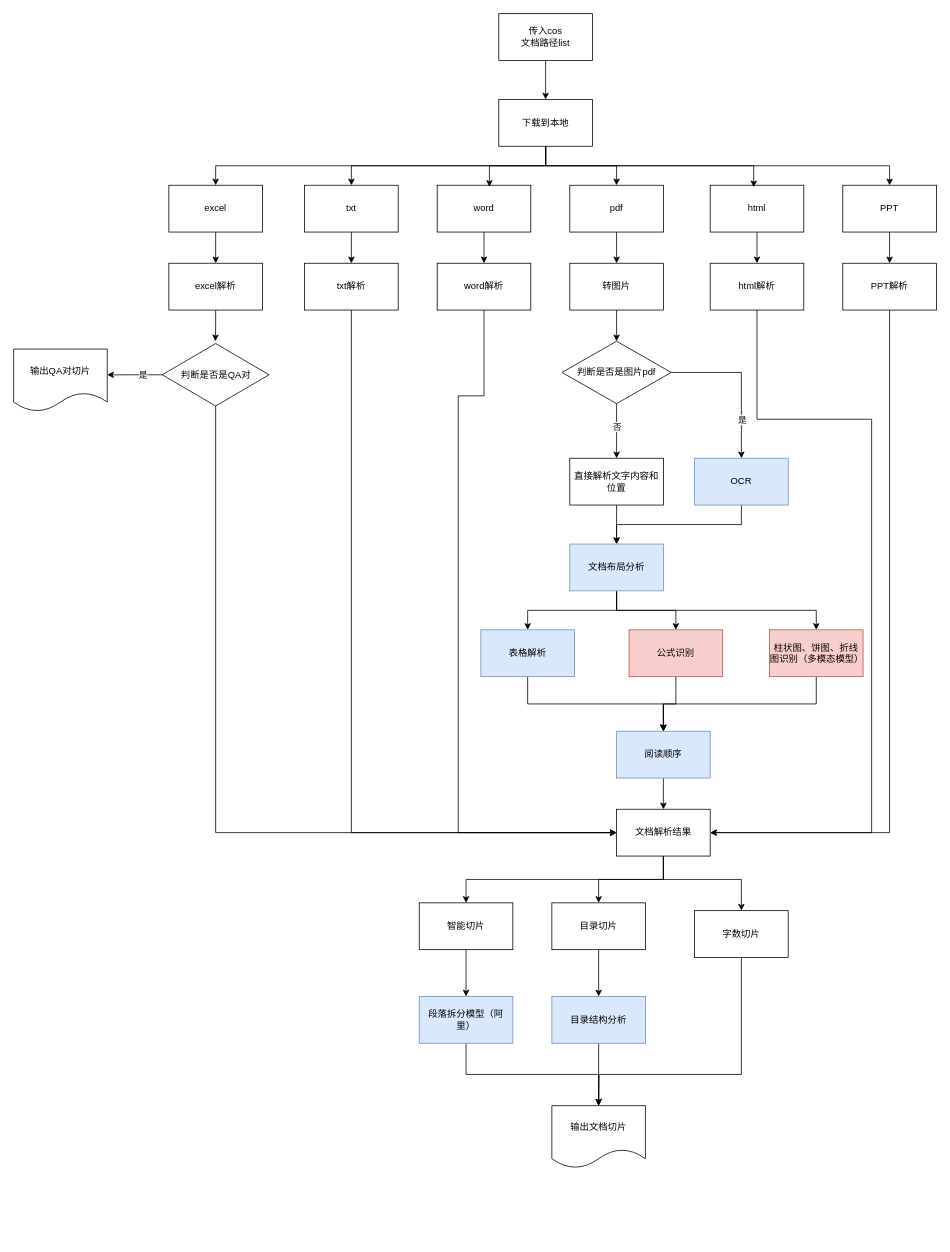
The draw.io diagram Untitled Diagram.drawio in archwolf118/AI, before the edit. Source tidied: cells renumbered, new cells numbered last; positions are measured from the earlier drawing's top-left corner, leaving out a move shared by most shapes. Both pictures are drawn from the tidied source at 78%, with x=0, y=0 at pixel (13, 13).
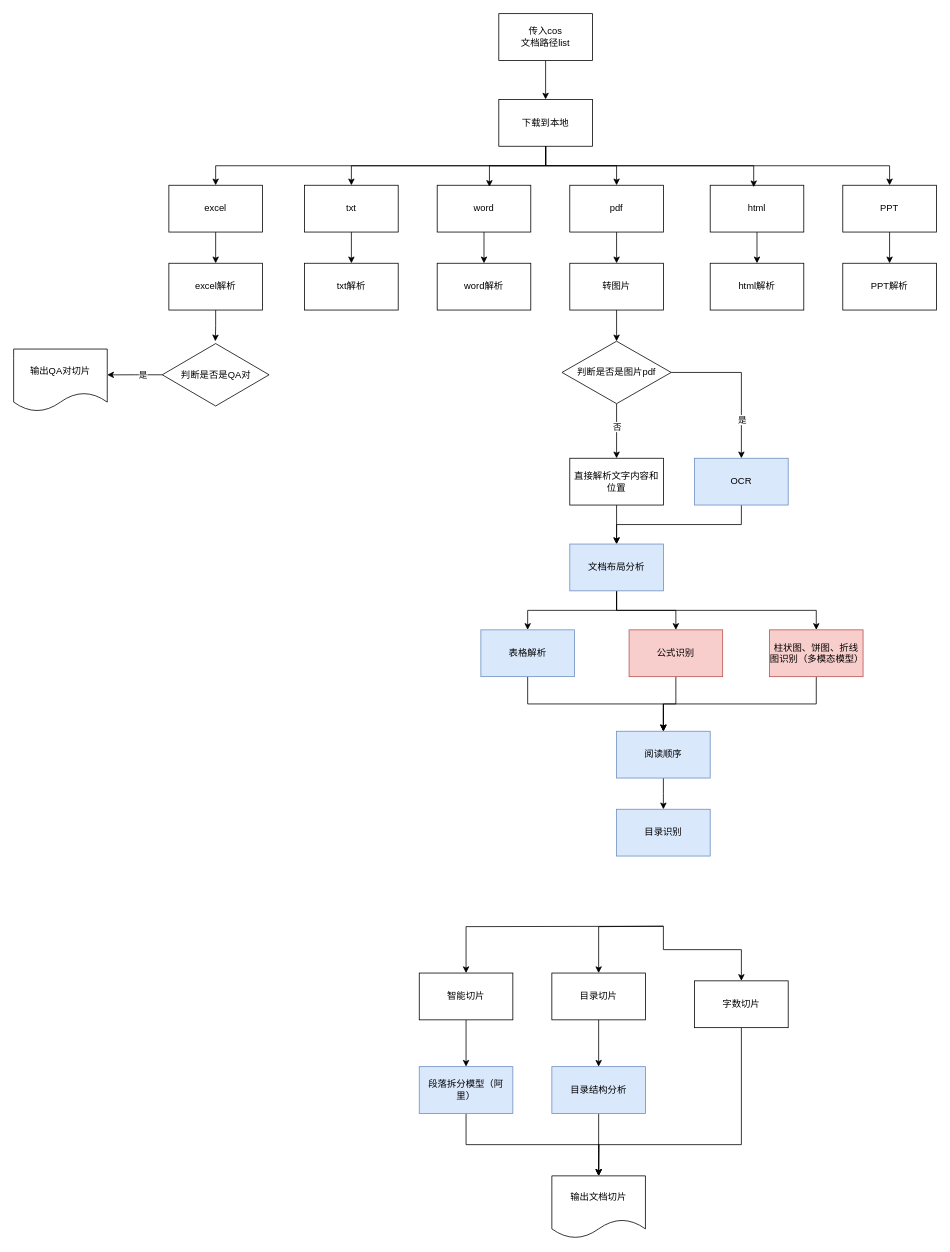
Above is the later version.

Unchanged cells that the change refers to:
```xml
<mxCell id="47" value="判断是否是QA对" style="rhombus;whiteSpace=wrap;html=1;" parent="1" vertex="1">
  <mxGeometry x="190.5" y="423" width="137" height="80" as="geometry" />
</mxCell>
<mxCell id="49" value="html解析" style="rounded=0;whiteSpace=wrap;html=1;" parent="1" vertex="1">
  <mxGeometry x="893" y="320" width="120" height="60" as="geometry" />
</mxCell>
<mxCell id="51" value="PPT解析" style="rounded=0;whiteSpace=wrap;html=1;" parent="1" vertex="1">
  <mxGeometry x="1063" y="320" width="120" height="60" as="geometry" />
</mxCell>
<mxCell id="56" value="word解析" style="rounded=0;whiteSpace=wrap;html=1;" parent="1" vertex="1">
  <mxGeometry x="543" y="320" width="120" height="60" as="geometry" />
</mxCell>
<mxCell id="58" value="txt解析" style="rounded=0;whiteSpace=wrap;html=1;" parent="1" vertex="1">
  <mxGeometry x="373" y="320" width="120" height="60" as="geometry" />
</mxCell>
<mxCell id="60" value="阅读顺序" style="rounded=0;whiteSpace=wrap;html=1;fillColor=#dae8fc;strokeColor=#6c8ebf;" parent="1" vertex="1">
  <mxGeometry x="773" y="920" width="120" height="60" as="geometry" />
</mxCell>
```

Change to the diagram source:
```diff
@@
-    <mxCell id="46" style="edgeStyle=orthogonalEdgeStyle;rounded=0;jettySize=auto;html=1;exitX=0.5;exitY=1;exitDx=0;exitDy=0;entryX=0;entryY=0.5;entryDx=0;entryDy=0;" parent="1" edge="1" source="47" target="64">
-      <mxGeometry relative="1" as="geometry" />
-    </mxCell>
@@
-    <mxCell id="48" style="edgeStyle=orthogonalEdgeStyle;rounded=0;jettySize=auto;html=1;exitX=0.5;exitY=1;exitDx=0;exitDy=0;entryX=1;entryY=0.5;entryDx=0;entryDy=0;" parent="1" edge="1" source="49" target="64">
-      <mxGeometry relative="1" as="geometry">
-        <Array as="points">
-          <mxPoint x="953" y="520" />
-          <mxPoint x="1100" y="520" />
-          <mxPoint x="1100" y="1050" />
-        </Array>
-      </mxGeometry>
-    </mxCell>
@@
-    <mxCell id="50" style="edgeStyle=orthogonalEdgeStyle;rounded=0;jettySize=auto;html=1;exitX=0.5;exitY=1;exitDx=0;exitDy=0;entryX=1;entryY=0.5;entryDx=0;entryDy=0;" parent="1" edge="1" source="51" target="64">
-      <mxGeometry relative="1" as="geometry" />
-    </mxCell>
@@
-    <mxCell id="55" style="edgeStyle=orthogonalEdgeStyle;rounded=0;jettySize=auto;html=1;exitX=0.5;exitY=1;exitDx=0;exitDy=0;entryX=0;entryY=0.5;entryDx=0;entryDy=0;" parent="1" edge="1" source="56" target="64">
-      <mxGeometry relative="1" as="geometry">
-        <Array as="points">
-          <mxPoint x="603" y="490" />
-          <mxPoint x="570" y="490" />
-          <mxPoint x="570" y="1050" />
-        </Array>
-      </mxGeometry>
-    </mxCell>
@@
-    <mxCell id="57" style="edgeStyle=orthogonalEdgeStyle;rounded=0;jettySize=auto;html=1;exitX=0.5;exitY=1;exitDx=0;exitDy=0;entryX=0;entryY=0.5;entryDx=0;entryDy=0;" parent="1" edge="1" source="58" target="64">
-      <mxGeometry relative="1" as="geometry" />
-    </mxCell>
@@
-    <mxCell id="59" style="edgeStyle=orthogonalEdgeStyle;rounded=0;jettySize=auto;html=1;exitX=0.5;exitY=1;exitDx=0;exitDy=0;" parent="1" edge="1" source="60" target="64">
-      <mxGeometry relative="1" as="geometry" />
+    <mxCell id="59" style="edgeStyle=orthogonalEdgeStyle;rounded=0;jettySize=auto;html=1;exitX=0.5;exitY=1;exitDx=0;exitDy=0;" parent="1" edge="1" source="60">
+      <mxGeometry relative="1" as="geometry">
+        <mxPoint x="833" y="1020" as="targetPoint" />
+      </mxGeometry>
     </mxCell>
@@
-    <mxCell id="61" style="edgeStyle=orthogonalEdgeStyle;rounded=0;jettySize=auto;html=1;exitX=0.5;exitY=1;exitDx=0;exitDy=0;entryX=0.5;entryY=0;entryDx=0;entryDy=0;" parent="1" edge="1" source="64" target="66">
-      <mxGeometry relative="1" as="geometry" />
+    <mxCell id="61" style="edgeStyle=orthogonalEdgeStyle;rounded=0;jettySize=auto;html=1;exitX=0.5;exitY=1;exitDx=0;exitDy=0;entryX=0.5;entryY=0;entryDx=0;entryDy=0;" parent="1" edge="1" target="66">
+      <mxGeometry relative="1" as="geometry">
+        <mxPoint x="833" y="1170" as="sourcePoint" />
+      </mxGeometry>
     </mxCell>
-    <mxCell id="62" style="edgeStyle=orthogonalEdgeStyle;rounded=0;jettySize=auto;html=1;exitX=0.5;exitY=1;exitDx=0;exitDy=0;entryX=0.5;entryY=0;entryDx=0;entryDy=0;" parent="1" edge="1" source="64" target="68">
+    <mxCell id="62" style="edgeStyle=orthogonalEdgeStyle;rounded=0;jettySize=auto;html=1;exitX=0.5;exitY=1;exitDx=0;exitDy=0;entryX=0.5;entryY=0;entryDx=0;entryDy=0;" parent="1" edge="1" target="68">
       <mxGeometry relative="1" as="geometry">
+        <mxPoint x="833" y="1170" as="sourcePoint" />
         <Array as="points">
-          <mxPoint x="833" y="1110" />
-          <mxPoint x="933" y="1110" />
+          <mxPoint x="833" y="1200" />
+          <mxPoint x="933" y="1200" />
         </Array>
       </mxGeometry>
     </mxCell>
-    <mxCell id="63" style="edgeStyle=orthogonalEdgeStyle;rounded=0;jettySize=auto;html=1;exitX=0.5;exitY=1;exitDx=0;exitDy=0;" parent="1" edge="1" source="64" target="70">
-      <mxGeometry relative="1" as="geometry" />
+    <mxCell id="63" style="edgeStyle=orthogonalEdgeStyle;rounded=0;jettySize=auto;html=1;exitX=0.5;exitY=1;exitDx=0;exitDy=0;" parent="1" edge="1" target="70">
+      <mxGeometry relative="1" as="geometry">
+        <mxPoint x="833" y="1170" as="sourcePoint" />
+      </mxGeometry>
     </mxCell>
-    <mxCell id="64" value="文档&lt;span style=&quot;background-color: initial;&quot;&gt;解析结果&lt;/span&gt;" style="rounded=0;whiteSpace=wrap;html=1;" parent="1" vertex="1">
-      <mxGeometry x="773" y="1020" width="120" height="60" as="geometry" />
-    </mxCell>
@@
     <mxCell id="66" value="目录切片" style="rounded=0;whiteSpace=wrap;html=1;" parent="1" vertex="1">
-      <mxGeometry x="690" y="1140" width="120" height="60" as="geometry" />
+      <mxGeometry x="690" y="1230" width="120" height="60" as="geometry" />
     </mxCell>
     <mxCell id="67" style="edgeStyle=orthogonalEdgeStyle;rounded=0;jettySize=auto;html=1;exitX=0.5;exitY=1;exitDx=0;exitDy=0;entryX=0.5;entryY=0;entryDx=0;entryDy=0;" parent="1" edge="1" source="68" target="73">
       <mxGeometry relative="1" as="geometry">
         <Array as="points">
-          <mxPoint x="933" y="1360" />
-          <mxPoint x="750" y="1360" />
+          <mxPoint x="933" y="1450" />
+          <mxPoint x="750" y="1450" />
         </Array>
       </mxGeometry>
     </mxCell>
     <mxCell id="68" value="字数切片" style="rounded=0;whiteSpace=wrap;html=1;" parent="1" vertex="1">
-      <mxGeometry x="873" y="1150" width="120" height="60" as="geometry" />
+      <mxGeometry x="873" y="1240" width="120" height="60" as="geometry" />
     </mxCell>
@@
     <mxCell id="70" value="智能切片" style="rounded=0;whiteSpace=wrap;html=1;" parent="1" vertex="1">
-      <mxGeometry x="520" y="1140" width="120" height="60" as="geometry" />
+      <mxGeometry x="520" y="1230" width="120" height="60" as="geometry" />
     </mxCell>
@@
     <mxCell id="72" value="目录结构分析" style="rounded=0;whiteSpace=wrap;html=1;fillColor=#dae8fc;strokeColor=#6c8ebf;" parent="1" vertex="1">
-      <mxGeometry x="690" y="1260" width="120" height="60" as="geometry" />
+      <mxGeometry x="690" y="1350" width="120" height="60" as="geometry" />
     </mxCell>
     <mxCell id="73" value="输出文档切片" style="shape=document;whiteSpace=wrap;html=1;boundedLbl=1;" parent="1" vertex="1">
-      <mxGeometry x="690" y="1400" width="120" height="80" as="geometry" />
+      <mxGeometry x="690" y="1490" width="120" height="80" as="geometry" />
     </mxCell>
     <mxCell id="74" style="edgeStyle=orthogonalEdgeStyle;rounded=0;jettySize=auto;html=1;exitX=0.5;exitY=1;exitDx=0;exitDy=0;" parent="1" edge="1" source="75">
       <mxGeometry relative="1" as="geometry">
-        <mxPoint x="750" y="1400" as="targetPoint" />
+        <mxPoint x="750" y="1490" as="targetPoint" />
       </mxGeometry>
     </mxCell>
     <mxCell id="75" value="段落拆分模型（阿里&lt;span style=&quot;background-color: initial;&quot;&gt;）&lt;/span&gt;" style="rounded=0;whiteSpace=wrap;html=1;fillColor=#dae8fc;strokeColor=#6c8ebf;" parent="1" vertex="1">
-      <mxGeometry x="520" y="1260" width="120" height="60" as="geometry" />
+      <mxGeometry x="520" y="1350" width="120" height="60" as="geometry" />
     </mxCell>
+    <mxCell id="76" value="目录识别" style="rounded=0;whiteSpace=wrap;html=1;fillColor=#dae8fc;strokeColor=#6c8ebf;" parent="1" vertex="1">
+      <mxGeometry x="773" y="1020" width="120" height="60" as="geometry" />
+    </mxCell>
```
